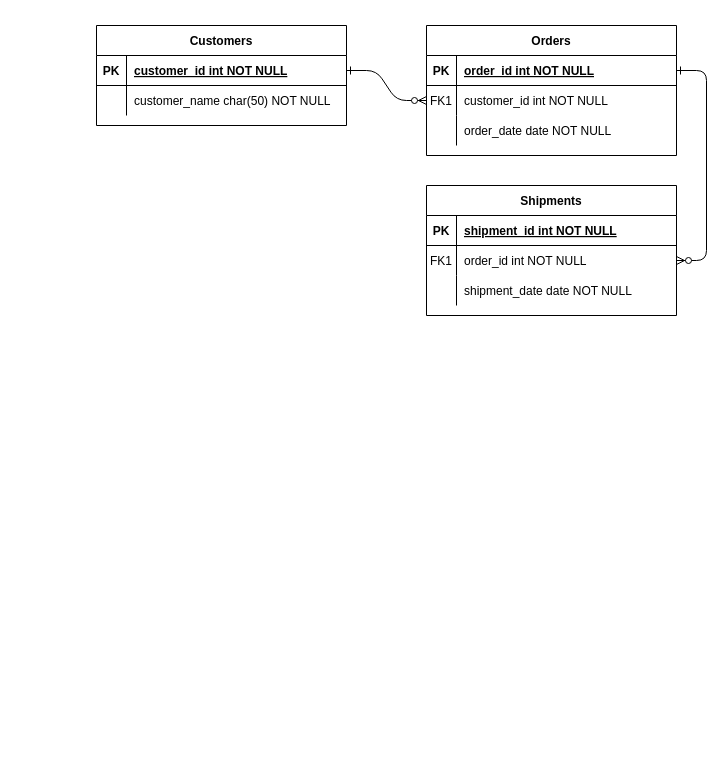
Earlier version of the draw.io diagram Final_244/Final_244/Models/Untitled Diagram.drawio (AdelineCIT/Final). Source tidied: cells renumbered, new cells numbered last; positions are measured from the earlier drawing's top-left corner, leaving out a move shared by most shapes. Both pictures are drawn from the tidied source at 100%, with x=0, y=0 at pixel (96, 25).
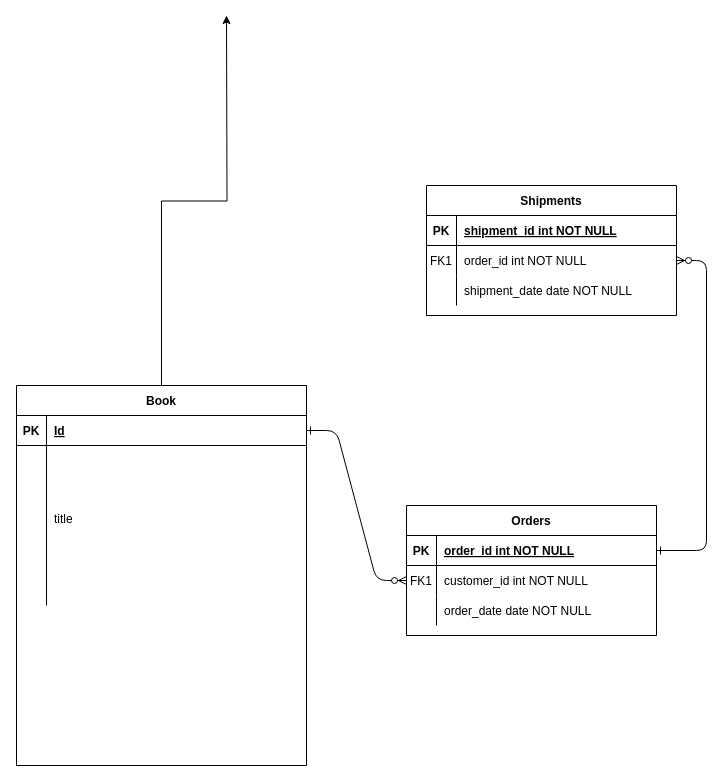
Above is the later version.

The edit, as a diff of the source:
```diff
@@
     <mxCell id="4" value="Orders" style="shape=table;startSize=30;childLayout=tableLayout;rowLines=0;fontStyle=1;align=center;" parent="1" vertex="1">
-      <mxGeometry x="330" width="250" height="130" as="geometry" />
+      <mxGeometry x="310" y="480" width="250" height="130" as="geometry" />
     </mxCell>
@@
+    <mxCell id="31" style="edgeStyle=orthogonalEdgeStyle;rounded=0;jettySize=auto;html=1;exitX=0.5;exitY=0;exitDx=0;exitDy=0;" parent="1" edge="1" source="24">
+      <mxGeometry relative="1" as="geometry">
+        <mxPoint x="130" y="-10" as="targetPoint" />
+      </mxGeometry>
+    </mxCell>
-    <mxCell id="24" value="Customers" style="shape=table;startSize=30;childLayout=tableLayout;rowLines=0;fontStyle=1;align=center;" parent="1" vertex="1">
-      <mxGeometry width="250" height="100" as="geometry" />
+    <mxCell id="24" value="Book" style="shape=table;startSize=30;childLayout=tableLayout;rowLines=0;fontStyle=1;align=center;" parent="1" vertex="1">
+      <mxGeometry x="-80" y="360" width="290" height="380" as="geometry" />
     </mxCell>
     <mxCell id="25" style="shape=partialRectangle;fillColor=none;points=[[0,0.5],[1,0.5]];portConstraint=eastwest;top=0;left=0;right=0;bottom=1;" parent="24" vertex="1">
-      <mxGeometry y="30" width="250" height="30" as="geometry" />
+      <mxGeometry y="30" width="290" height="30" as="geometry" />
     </mxCell>
@@
-    <mxCell id="27" value="customer_id int NOT NULL " style="shape=partialRectangle;overflow=hidden;fillColor=none;top=0;left=0;bottom=0;right=0;align=left;spacingLeft=6;fontStyle=5;" parent="25" vertex="1">
-      <mxGeometry x="30" width="220" height="30" as="geometry" />
+    <mxCell id="27" value="Id" style="shape=partialRectangle;overflow=hidden;fillColor=none;top=0;left=0;bottom=0;right=0;align=left;spacingLeft=6;fontStyle=5;" parent="25" vertex="1">
+      <mxGeometry x="30" width="260" height="30" as="geometry" />
     </mxCell>
     <mxCell id="28" style="shape=partialRectangle;fillColor=none;top=0;left=0;right=0;bottom=0;" parent="24" vertex="1">
-      <mxGeometry y="60" width="250" height="30" as="geometry" />
+      <mxGeometry y="60" width="290" height="160" as="geometry" />
     </mxCell>
     <mxCell id="29" style="shape=partialRectangle;overflow=hidden;fillColor=none;top=0;left=0;bottom=0;right=0;" parent="28" vertex="1">
-      <mxGeometry width="30" height="30" as="geometry" />
+      <mxGeometry width="30" height="160" as="geometry" />
     </mxCell>
-    <mxCell id="30" value="customer_name char(50) NOT NULL" style="shape=partialRectangle;overflow=hidden;fillColor=none;top=0;left=0;bottom=0;right=0;align=left;spacingLeft=6;" parent="28" vertex="1">
-      <mxGeometry x="30" width="220" height="30" as="geometry" />
+    <mxCell id="30" value="title&#10;" style="shape=partialRectangle;overflow=hidden;fillColor=none;top=0;left=0;bottom=0;right=0;align=left;spacingLeft=6;" parent="28" vertex="1">
+      <mxGeometry x="30" width="260" height="160" as="geometry" />
     </mxCell>
```
